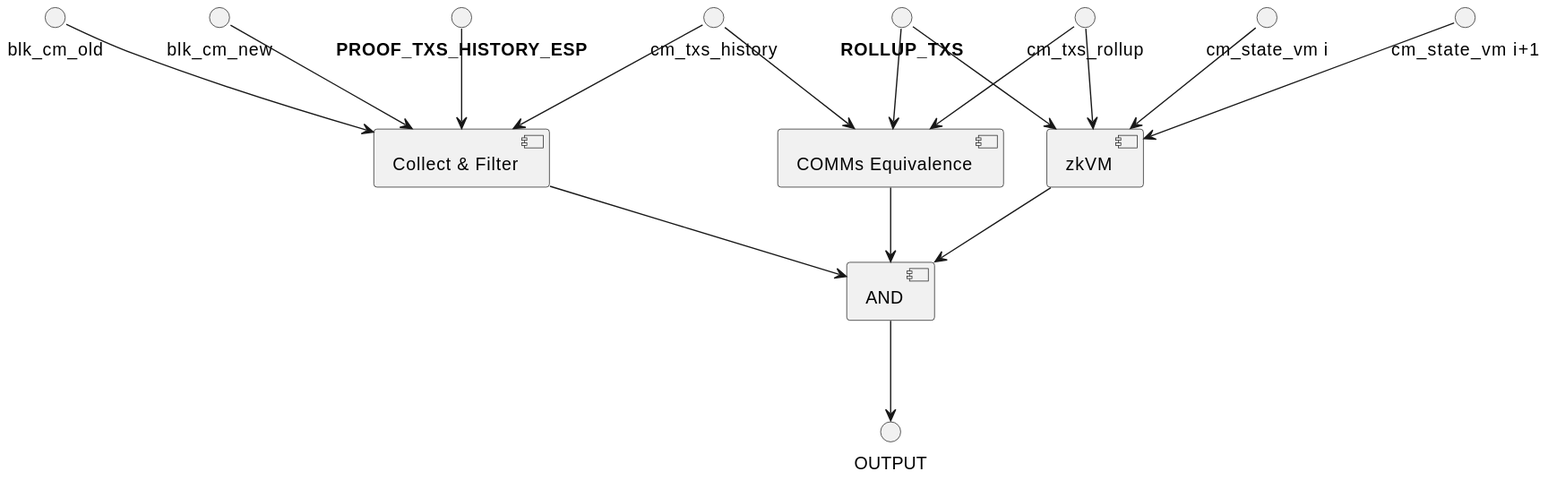
Earlier version of the PlantUML export doc/zk-rollup-circuit-no-espresso-consensus.svg (EspressoSystems/espresso-sequencer).
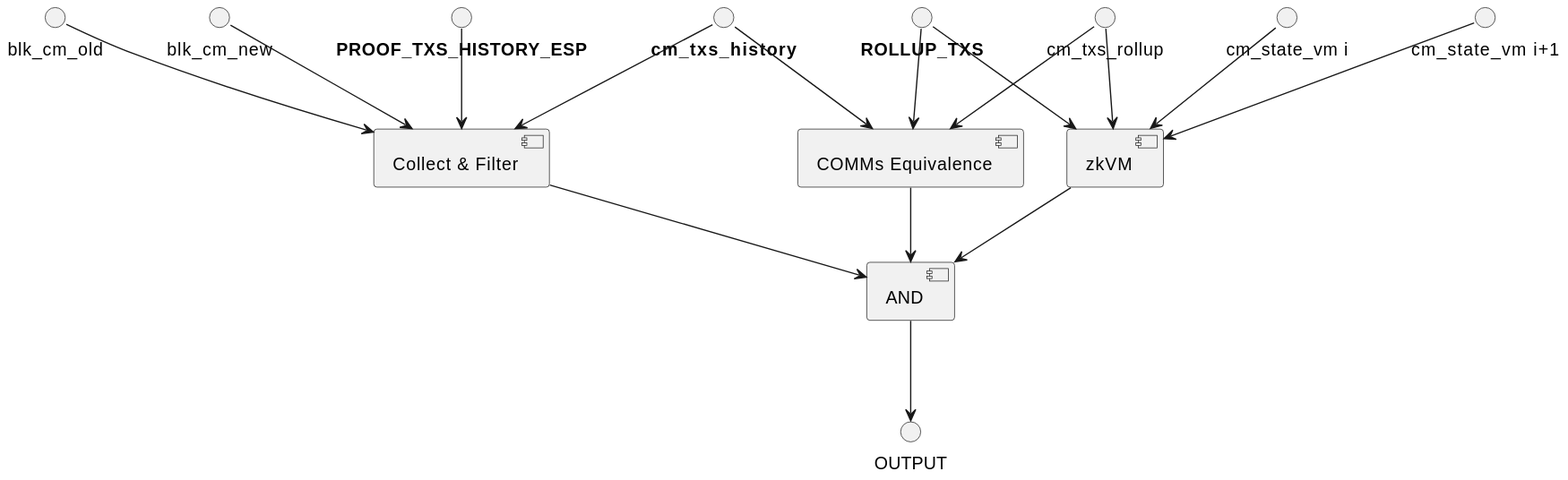
After the change.

Commit message:
Make *cm_txs_history* input private.

Diff of the diagram source:
```diff
@@ -12,8 +12,8 @@
 "<b>ROLLUP_TXS</b>" --> ZK
 
 cm_txs_rollup --> CE
-"cm_txs_history" --> CE
-"cm_txs_history" --> CF
+"<b>cm_txs_history</b>" --> CE
+"<b>cm_txs_history</b>" --> CF
 
 "cm_state_vm i" --> ZK
 "cm_state_vm i+1" --> ZK
```
